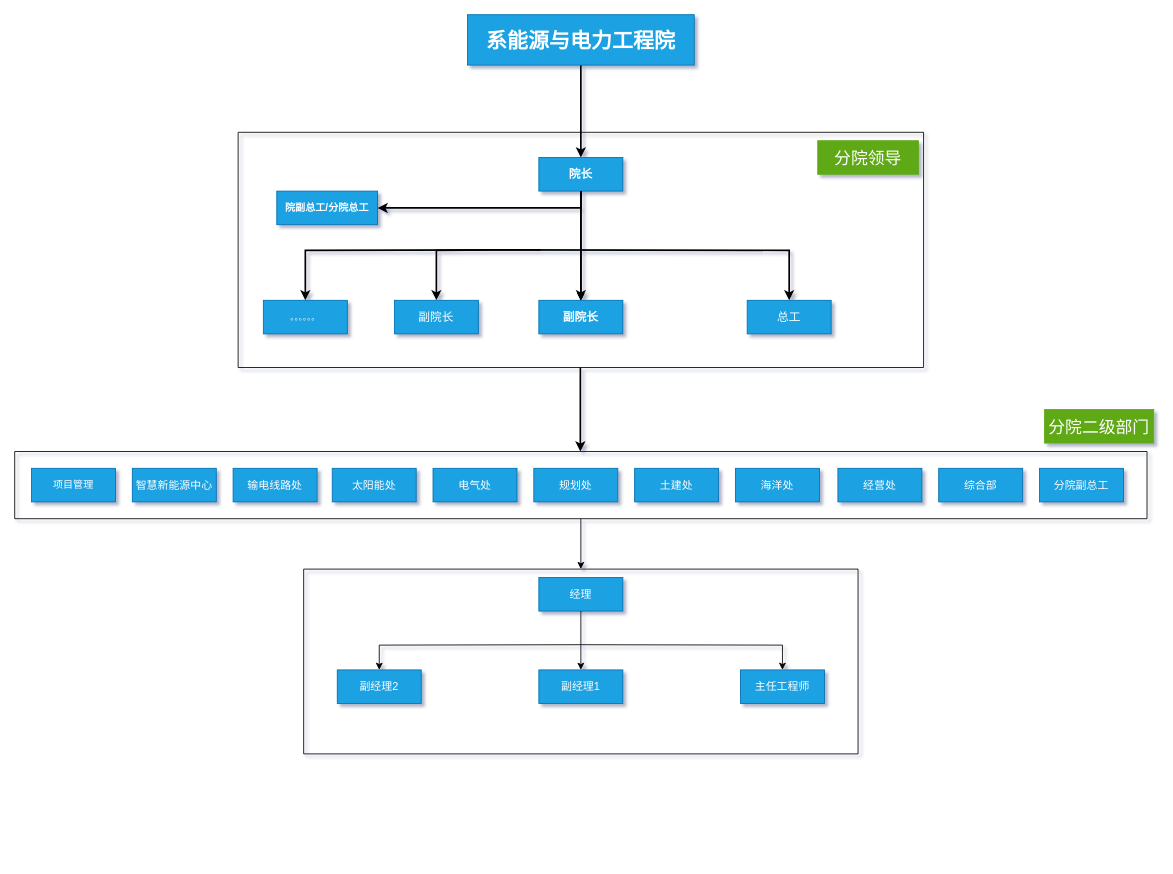
Above: 未命名绘图.drawio in yuexin719/greenhouse (draw.io), before the change. Source tidied: cells renumbered, new cells numbered last; positions are measured from the earlier drawing's top-left corner, leaving out a move shared by most shapes. Both pictures are drawn from the tidied source at 84%, with x=0, y=0 at pixel (14, 14).
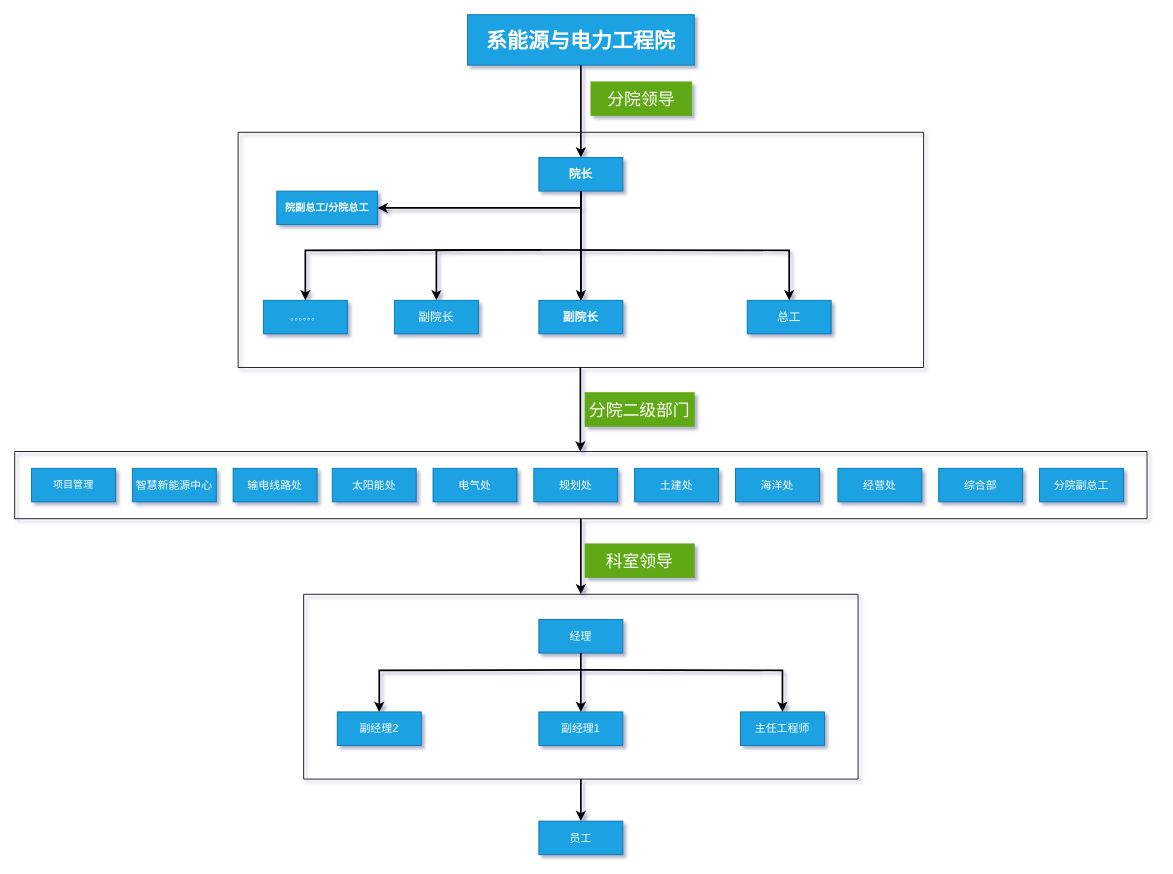
After the change.

Commit message:
更新未命名绘图.drawio

The change refers to these unchanged cells:
```xml
<mxCell id="4" style="swimlane;startSize=0;" parent="1" vertex="1">
  <mxGeometry x="266" y="140" width="816" height="280" as="geometry" />
</mxCell>
<mxCell id="21" style="swimlane;startSize=0;" parent="1" vertex="1">
  <mxGeometry y="520" width="1348" height="80" as="geometry" />
</mxCell>
```

What changed in the source:
```diff
@@
-    <mxCell id="20" value="分院领导" style="rounded=0;whiteSpace=wrap;html=1;fillColor=#60a917;fontColor=#ffffff;strokeColor=#60A917;fontSize=20;" parent="4" vertex="1">
-      <mxGeometry x="690" y="10" width="120" height="40" as="geometry" />
-    </mxCell>
@@
     <mxCell id="33" value="分院二级部门" style="rounded=0;whiteSpace=wrap;html=1;fillColor=#60a917;fontColor=#ffffff;strokeColor=#60A917;fontSize=20;" parent="1" vertex="1">
-      <mxGeometry x="1226" y="470" width="130" height="40" as="geometry" />
+      <mxGeometry x="679" y="450" width="130" height="40" as="geometry" />
     </mxCell>
     <mxCell id="34" style="swimlane;startSize=0;" parent="1" vertex="1">
-      <mxGeometry x="344" y="660" width="660" height="220" as="geometry" />
+      <mxGeometry x="344" y="690" width="660" height="220" as="geometry" />
     </mxCell>
     <mxCell id="35" value="&lt;div&gt;&lt;span style=&quot;font-size: 9.75pt;&quot;&gt;经理&lt;/span&gt;&lt;/div&gt;" style="rounded=0;whiteSpace=wrap;html=1;fillColor=#1ba1e2;fontColor=#FFFFFF;strokeColor=#006EAF;" parent="34" vertex="1">
-      <mxGeometry x="280" y="10" width="100" height="40" as="geometry" />
+      <mxGeometry x="280" y="30" width="100" height="40" as="geometry" />
     </mxCell>
-    <mxCell id="36" style="edgeStyle=orthogonalEdgeStyle;rounded=0;jettySize=auto;html=1;" parent="34" edge="1" target="40">
+    <mxCell id="36" style="edgeStyle=orthogonalEdgeStyle;rounded=0;jettySize=auto;html=1;strokeWidth=2;" parent="34" edge="1" target="40">
       <mxGeometry relative="1" as="geometry">
         <mxPoint x="330" y="90" as="sourcePoint" />
       </mxGeometry>
     </mxCell>
-    <mxCell id="37" style="edgeStyle=orthogonalEdgeStyle;rounded=0;jettySize=auto;html=1;" parent="34" edge="1" target="41">
+    <mxCell id="37" style="edgeStyle=orthogonalEdgeStyle;rounded=0;jettySize=auto;html=1;strokeWidth=2;" parent="34" edge="1" target="41">
       <mxGeometry relative="1" as="geometry">
         <mxPoint x="330" y="90" as="sourcePoint" />
       </mxGeometry>
     </mxCell>
     <mxCell id="38" value="&lt;div&gt;&lt;span style=&quot;font-size: 9.75pt;&quot;&gt;副经理1&lt;/span&gt;&lt;/div&gt;" style="rounded=0;whiteSpace=wrap;html=1;fillColor=#1ba1e2;fontColor=#FFFFFF;strokeColor=#006EAF;" parent="34" vertex="1">
-      <mxGeometry x="280" y="120" width="100" height="40" as="geometry" />
+      <mxGeometry x="280" y="140" width="100" height="40" as="geometry" />
     </mxCell>
-    <mxCell id="39" style="endArrow=classic;html=1;rounded=0;exitX=0.5;exitY=1;exitDx=0;exitDy=0;entryX=0.5;entryY=0;entryDx=0;entryDy=0;" parent="34" edge="1" source="35" target="38">
+    <mxCell id="39" style="endArrow=classic;html=1;rounded=0;exitX=0.5;exitY=1;exitDx=0;exitDy=0;entryX=0.5;entryY=0;entryDx=0;entryDy=0;strokeWidth=2;" parent="34" edge="1" source="35" target="38">
       <mxGeometry relative="1" as="geometry" />
     </mxCell>
     <mxCell id="40" value="&lt;div&gt;&lt;span style=&quot;font-size: 9.75pt;&quot;&gt;副经理2&lt;/span&gt;&lt;/div&gt;" style="rounded=0;whiteSpace=wrap;html=1;fillColor=#1ba1e2;fontColor=#FFFFFF;strokeColor=#006EAF;" parent="34" vertex="1">
-      <mxGeometry x="40" y="120" width="100" height="40" as="geometry" />
+      <mxGeometry x="40" y="140" width="100" height="40" as="geometry" />
     </mxCell>
     <mxCell id="41" value="&lt;div&gt;&lt;span style=&quot;font-size: 9.75pt;&quot;&gt;主任工程师&lt;/span&gt;&lt;/div&gt;" style="rounded=0;whiteSpace=wrap;html=1;fillColor=#1ba1e2;fontColor=#FFFFFF;strokeColor=#006EAF;" parent="34" vertex="1">
-      <mxGeometry x="520" y="120" width="100" height="40" as="geometry" />
+      <mxGeometry x="520" y="140" width="100" height="40" as="geometry" />
     </mxCell>
@@
-    <mxCell id="43" style="endArrow=classic;html=1;rounded=0;exitX=0.5;exitY=1;exitDx=0;exitDy=0;entryX=0.5;entryY=0;entryDx=0;entryDy=0;" parent="1" edge="1" source="21" target="34">
+    <mxCell id="43" style="endArrow=classic;html=1;rounded=0;exitX=0.5;exitY=1;exitDx=0;exitDy=0;entryX=0.5;entryY=0;entryDx=0;entryDy=0;strokeWidth=2;" parent="1" edge="1" source="21" target="34">
       <mxGeometry relative="1" as="geometry" />
     </mxCell>
+    <mxCell id="44" value="&lt;div&gt;&lt;span style=&quot;font-size: 9.75pt;&quot;&gt;员工&lt;/span&gt;&lt;/div&gt;" style="rounded=0;whiteSpace=wrap;html=1;fillColor=#1ba1e2;fontColor=#FFFFFF;strokeColor=#006EAF;" parent="1" vertex="1">
+      <mxGeometry x="624" y="960" width="100" height="40" as="geometry" />
+    </mxCell>
+    <mxCell id="45" style="endArrow=classic;html=1;rounded=0;exitX=0.5;exitY=1;exitDx=0;exitDy=0;entryX=0.5;entryY=0;entryDx=0;entryDy=0;strokeWidth=2;" parent="1" edge="1" source="34" target="44">
+      <mxGeometry relative="1" as="geometry" />
+    </mxCell>
+    <mxCell id="46" value="科室领导" style="rounded=0;whiteSpace=wrap;html=1;fillColor=#60a917;fontColor=#ffffff;strokeColor=#60A917;fontSize=20;" parent="1" vertex="1">
+      <mxGeometry x="679" y="630" width="130" height="40" as="geometry" />
+    </mxCell>
+    <mxCell id="20" value="分院领导" style="rounded=0;whiteSpace=wrap;html=1;fillColor=#60a917;fontColor=#ffffff;strokeColor=#60A917;fontSize=20;" parent="1" vertex="1">
+      <mxGeometry x="686" y="80" width="120" height="40" as="geometry" />
+    </mxCell>
```
